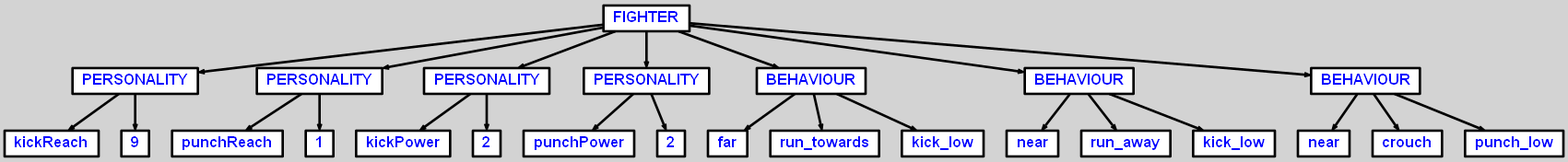
Before: serbangavrus/treegraph.png, a diagram exported from Graphviz (tvdstorm/sea-of-saf). Its source is kept beside it as serbangavrus/treegraph.dot.
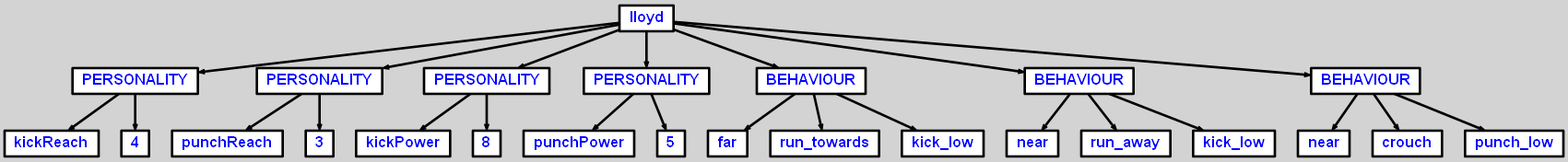
After the commit.

Diff of the diagram source:
```diff
@@ -6,23 +6,23 @@
 		width=.25, height=.25, color="black", fillcolor="white", style="filled, solid, bold"];
 	edge [arrowsize=.5, color="black", style="bold"]
 
-  n0 [label="FIGHTER"];
+  n0 [label="lloyd"];
   n1 [label="PERSONALITY"];
   n1 [label="PERSONALITY"];
   n2 [label="kickReach"];
-  n3 [label="9"];
+  n3 [label="4"];
   n4 [label="PERSONALITY"];
   n4 [label="PERSONALITY"];
   n5 [label="punchReach"];
-  n6 [label="1"];
+  n6 [label="3"];
   n7 [label="PERSONALITY"];
   n7 [label="PERSONALITY"];
   n8 [label="kickPower"];
-  n9 [label="2"];
+  n9 [label="8"];
   n10 [label="PERSONALITY"];
   n10 [label="PERSONALITY"];
   n11 [label="punchPower"];
-  n12 [label="2"];
+  n12 [label="5"];
   n13 [label="BEHAVIOUR"];
   n13 [label="BEHAVIOUR"];
   n14 [label="far"];
@@ -39,27 +39,27 @@
   n23 [label="crouch"];
   n24 [label="punch_low"];
 
-  n0 -> n1 // "FIGHTER" -> "PERSONALITY"
+  n0 -> n1 // "lloyd" -> "PERSONALITY"
   n1 -> n2 // "PERSONALITY" -> "kickReach"
-  n1 -> n3 // "PERSONALITY" -> "9"
-  n0 -> n4 // "FIGHTER" -> "PERSONALITY"
+  n1 -> n3 // "PERSONALITY" -> "4"
+  n0 -> n4 // "lloyd" -> "PERSONALITY"
   n4 -> n5 // "PERSONALITY" -> "punchReach"
-  n4 -> n6 // "PERSONALITY" -> "1"
-  n0 -> n7 // "FIGHTER" -> "PERSONALITY"
+  n4 -> n6 // "PERSONALITY" -> "3"
+  n0 -> n7 // "lloyd" -> "PERSONALITY"
   n7 -> n8 // "PERSONALITY" -> "kickPower"
-  n7 -> n9 // "PERSONALITY" -> "2"
-  n0 -> n10 // "FIGHTER" -> "PERSONALITY"
+  n7 -> n9 // "PERSONALITY" -> "8"
+  n0 -> n10 // "lloyd" -> "PERSONALITY"
   n10 -> n11 // "PERSONALITY" -> "punchPower"
-  n10 -> n12 // "PERSONALITY" -> "2"
-  n0 -> n13 // "FIGHTER" -> "BEHAVIOUR"
+  n10 -> n12 // "PERSONALITY" -> "5"
+  n0 -> n13 // "lloyd" -> "BEHAVIOUR"
   n13 -> n14 // "BEHAVIOUR" -> "far"
   n13 -> n15 // "BEHAVIOUR" -> "run_towards"
   n13 -> n16 // "BEHAVIOUR" -> "kick_low"
-  n0 -> n17 // "FIGHTER" -> "BEHAVIOUR"
+  n0 -> n17 // "lloyd" -> "BEHAVIOUR"
   n17 -> n18 // "BEHAVIOUR" -> "near"
   n17 -> n19 // "BEHAVIOUR" -> "run_away"
   n17 -> n20 // "BEHAVIOUR" -> "kick_low"
-  n0 -> n21 // "FIGHTER" -> "BEHAVIOUR"
+  n0 -> n21 // "lloyd" -> "BEHAVIOUR"
   n21 -> n22 // "BEHAVIOUR" -> "near"
   n21 -> n23 // "BEHAVIOUR" -> "crouch"
   n21 -> n24 // "BEHAVIOUR" -> "punch_low"
```
